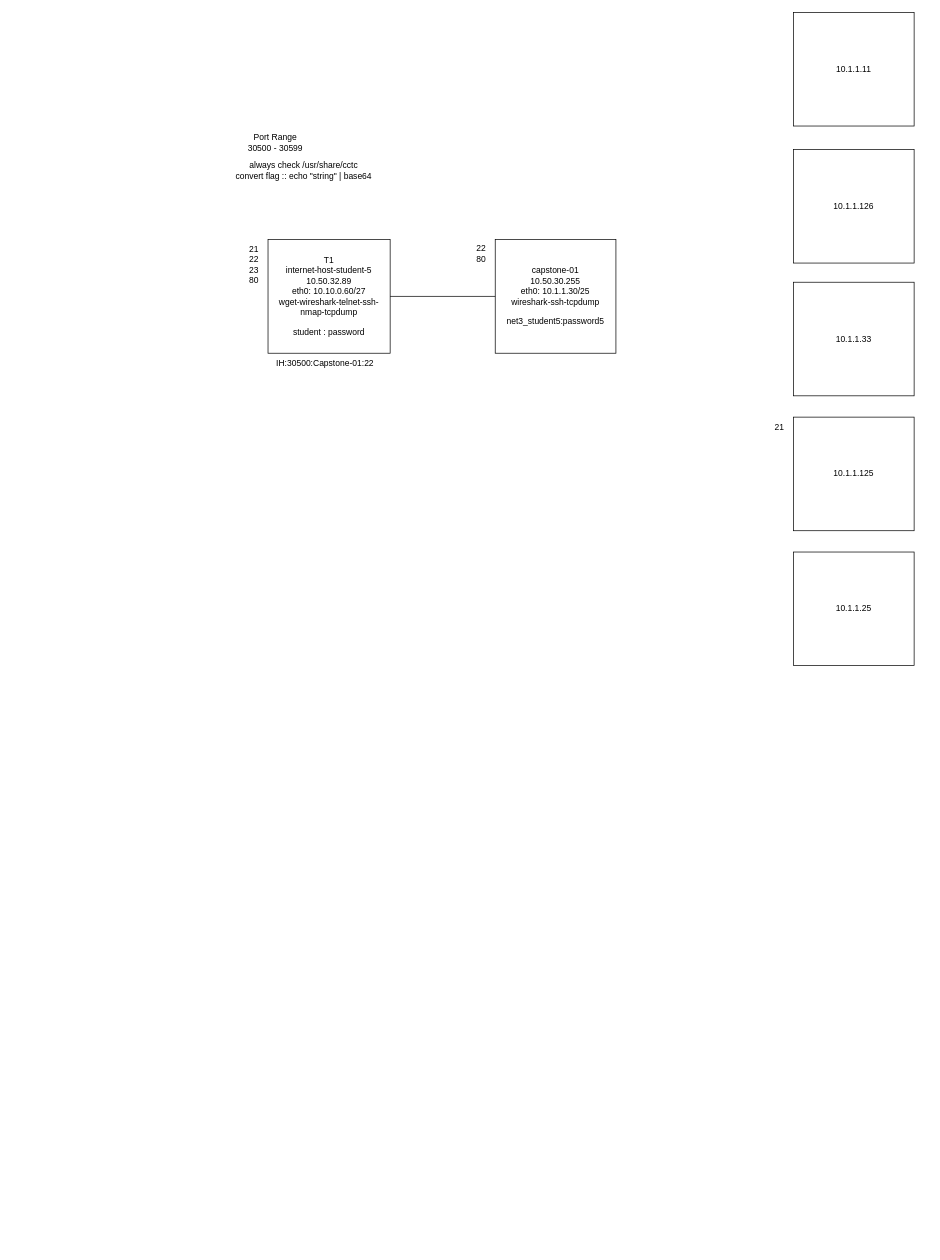
TheWaltuh/COSC-Notes keeps this draw.io diagram as page "Page-5" (5 of 5) of Networking/Greenberg/Network Map.drawio. Above is the earlier version. Source tidied: cells renumbered, new cells numbered last; positions are measured from the earlier drawing's top-left corner, leaving out a move shared by most shapes. Both pictures are drawn from the tidied source at 71%, with x=0, y=0 at pixel (225, 12).
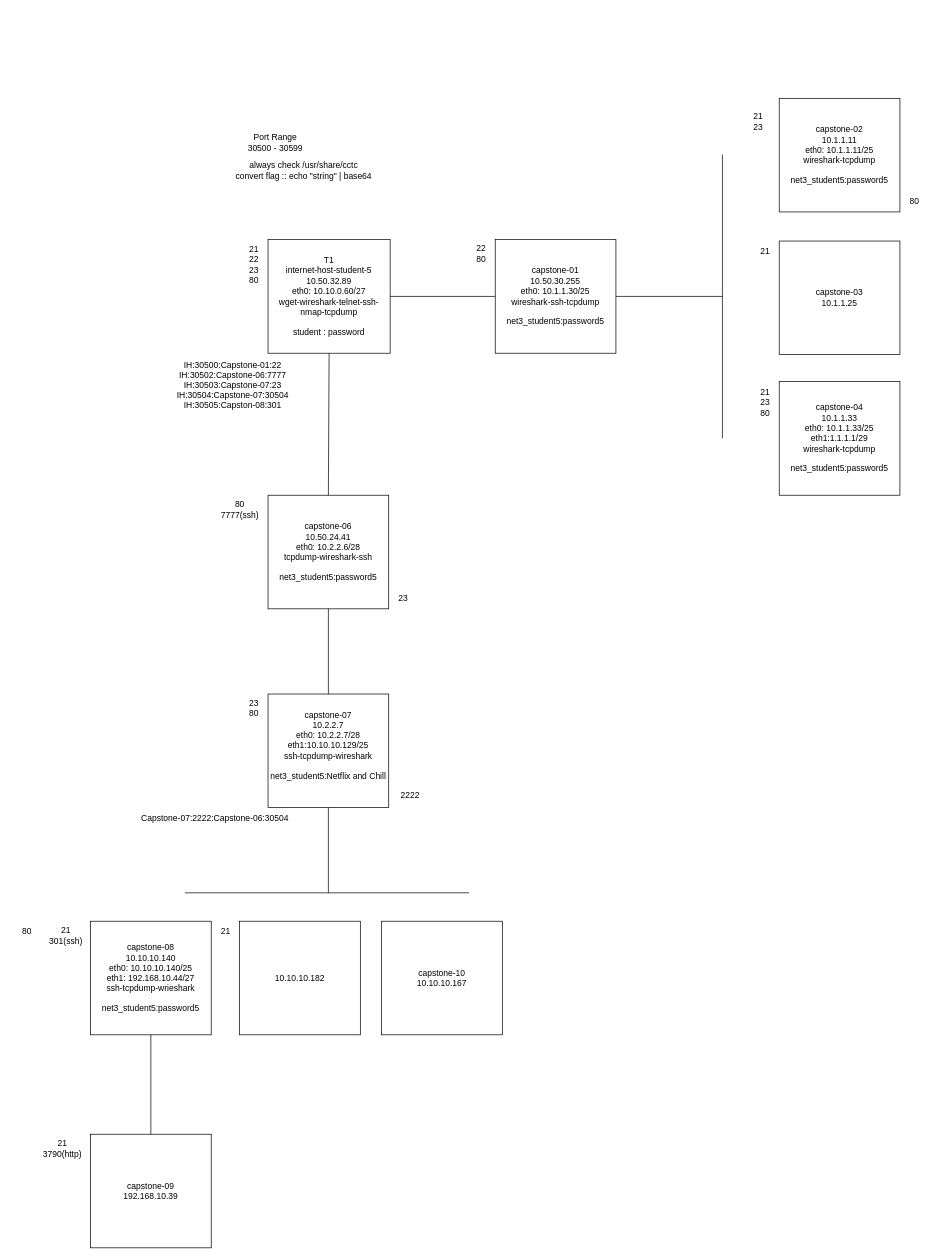
After the change.

The change refers to these unchanged cells:
```xml
<mxCell id="2" value="&lt;div&gt;capstone-01&lt;br&gt;&lt;/div&gt;&lt;div&gt;10.50.30.255&lt;/div&gt;&lt;div&gt;eth0: 10.1.1.30/25&lt;/div&gt;&lt;div&gt;wireshark-ssh-tcpdump&lt;br&gt;&lt;/div&gt;&lt;div&gt;&lt;br&gt;&lt;/div&gt;&lt;div&gt;net3_student5:password5&lt;br&gt;&lt;/div&gt;" style="whiteSpace=wrap;html=1;" parent="1" vertex="1">
  <mxGeometry x="380" y="320" width="170" height="160" as="geometry" />
</mxCell>
<mxCell id="5" value="&lt;div&gt;T1&lt;br&gt;&lt;/div&gt;&lt;div&gt;internet-host-student-5&lt;br&gt;&lt;/div&gt;&lt;div&gt;10.50.32.89&lt;/div&gt;&lt;div&gt;eth0: 10.10.0.60/27&lt;/div&gt;&lt;div&gt;wget-wireshark-telnet-ssh-nmap-tcpdump&lt;/div&gt;&lt;div&gt;&lt;br&gt;&lt;/div&gt;&lt;div&gt;student : password&lt;br&gt;&lt;/div&gt;" style="rounded=0;whiteSpace=wrap;html=1;" parent="1" vertex="1">
  <mxGeometry x="60" y="320" width="172" height="160" as="geometry" />
</mxCell>
```

The edit, as a diff of the source:
```diff
@@
-    <mxCell id="8" value="10.1.1.126" style="whiteSpace=wrap;html=1;" parent="1" vertex="1">
-      <mxGeometry x="800" y="193" width="170" height="160" as="geometry" />
-    </mxCell>
-    <mxCell id="9" value="10.1.1.33" style="whiteSpace=wrap;html=1;" parent="1" vertex="1">
-      <mxGeometry x="800" y="380" width="170" height="160" as="geometry" />
+    <mxCell id="9" value="&lt;div&gt;capstone-04&lt;br&gt;&lt;/div&gt;&lt;div&gt;10.1.1.33&lt;/div&gt;&lt;div&gt;eth0: 10.1.1.33/25&lt;/div&gt;&lt;div&gt;eth1:1.1.1.1/29&lt;/div&gt;&lt;div&gt;wireshark-tcpdump&lt;/div&gt;&lt;div&gt;&lt;br&gt;&lt;/div&gt;&lt;div&gt;net3_student5:password5&lt;br&gt;&lt;/div&gt;" style="whiteSpace=wrap;html=1;" parent="1" vertex="1">
+      <mxGeometry x="780" y="520" width="170" height="160" as="geometry" />
     </mxCell>
-    <mxCell id="10" value="10.1.1.125" style="whiteSpace=wrap;html=1;" parent="1" vertex="1">
-      <mxGeometry x="800" y="570" width="170" height="160" as="geometry" />
-    </mxCell>
-    <mxCell id="11" value="10.1.1.11" style="whiteSpace=wrap;html=1;" parent="1" vertex="1">
-      <mxGeometry x="800" width="170" height="160" as="geometry" />
+    <mxCell id="11" value="&lt;div&gt;capstone-02&lt;br&gt;&lt;/div&gt;&lt;div&gt;10.1.1.11&lt;/div&gt;&lt;div&gt;eth0: 10.1.1.11/25&lt;/div&gt;&lt;div&gt;wireshark-tcpdump&lt;/div&gt;&lt;div&gt;&lt;br&gt;&lt;/div&gt;&lt;div&gt;net3_student5:password5&lt;br&gt;&lt;/div&gt;" style="whiteSpace=wrap;html=1;" parent="1" vertex="1">
+      <mxGeometry x="780" y="121" width="170" height="160" as="geometry" />
     </mxCell>
-    <mxCell id="12" value="10.1.1.25" style="whiteSpace=wrap;html=1;" parent="1" vertex="1">
-      <mxGeometry x="800" y="760" width="170" height="160" as="geometry" />
+    <mxCell id="12" value="&lt;div&gt;capstone-03&lt;br&gt;&lt;/div&gt;&lt;div&gt;10.1.1.25&lt;/div&gt;" style="whiteSpace=wrap;html=1;" parent="1" vertex="1">
+      <mxGeometry x="780" y="322" width="170" height="160" as="geometry" />
     </mxCell>
@@
-    <mxCell id="14" value="IH:30500:Capstone-01:22" style="text;html=1;align=center;verticalAlign=middle;strokeColor=none;fillColor=none;" parent="1" vertex="1">
-      <mxGeometry x="60" y="480" width="160" height="30" as="geometry" />
+    <mxCell id="14" value="&lt;div&gt;IH:30500:Capstone-01:22&lt;/div&gt;&lt;div&gt;IH:30502:Capstone-06:7777&lt;/div&gt;&lt;div&gt;IH:30503:Capstone-07:23&lt;/div&gt;&lt;div&gt;IH:30504:Capstone-07:30504&lt;/div&gt;&lt;div&gt;IH:30505:Capston-08:301&lt;br&gt;&lt;/div&gt;" style="text;html=1;align=center;verticalAlign=middle;strokeColor=none;fillColor=none;" parent="1" vertex="1">
+      <mxGeometry x="-80" y="480" width="180" height="90" as="geometry" />
     </mxCell>
     <mxCell id="15" value="21" style="text;html=1;align=center;verticalAlign=middle;strokeColor=none;fillColor=none;" parent="1" vertex="1">
-      <mxGeometry x="760" y="570" width="40" height="30" as="geometry" />
+      <mxGeometry x="740" y="322" width="40" height="30" as="geometry" />
     </mxCell>
+    <mxCell id="16" value="&lt;div&gt;21&lt;/div&gt;&lt;div&gt;23&lt;br&gt;&lt;/div&gt;" style="text;html=1;align=center;verticalAlign=middle;strokeColor=none;fillColor=none;" parent="1" vertex="1">
+      <mxGeometry x="730" y="134" width="40" height="40" as="geometry" />
+    </mxCell>
+    <mxCell id="17" value="&lt;div&gt;21&lt;/div&gt;&lt;div&gt;23&lt;/div&gt;&lt;div&gt;80&lt;br&gt;&lt;/div&gt;" style="text;html=1;align=center;verticalAlign=middle;strokeColor=none;fillColor=none;" parent="1" vertex="1">
+      <mxGeometry x="740" y="520" width="40" height="60" as="geometry" />
+    </mxCell>
+    <mxCell id="18" style="endArrow=none;html=1;rounded=0;exitX=1;exitY=0.5;exitDx=0;exitDy=0;" parent="1" edge="1" source="2">
+      <mxGeometry relative="1" as="geometry">
+        <mxPoint x="700" y="400" as="targetPoint" />
+      </mxGeometry>
+    </mxCell>
+    <mxCell id="19" style="endArrow=none;html=1;rounded=0;" parent="1" edge="1">
+      <mxGeometry relative="1" as="geometry">
+        <mxPoint x="700" y="600" as="sourcePoint" />
+        <mxPoint x="700" y="200" as="targetPoint" />
+      </mxGeometry>
+    </mxCell>
+    <mxCell id="20" value="80" style="text;html=1;align=center;verticalAlign=middle;strokeColor=none;fillColor=none;" parent="1" vertex="1">
+      <mxGeometry x="950" y="251" width="40" height="30" as="geometry" />
+    </mxCell>
+    <mxCell id="21" value="&lt;div&gt;capstone-06&lt;br&gt;&lt;/div&gt;&lt;div&gt;10.50.24.41&lt;/div&gt;&lt;div&gt;eth0: 10.2.2.6/28&lt;/div&gt;&lt;div&gt;tcpdump-wireshark-ssh&lt;/div&gt;&lt;div&gt;&lt;br&gt;&lt;/div&gt;&lt;div&gt;net3_student5:password5&lt;br&gt;&lt;/div&gt;" style="whiteSpace=wrap;html=1;" parent="1" vertex="1">
+      <mxGeometry x="60" y="680" width="170" height="160" as="geometry" />
+    </mxCell>
+    <mxCell id="22" style="endArrow=none;html=1;rounded=0;entryX=0.5;entryY=1;entryDx=0;entryDy=0;exitX=0.5;exitY=0;exitDx=0;exitDy=0;" parent="1" edge="1" source="21" target="5">
+      <mxGeometry relative="1" as="geometry" />
+    </mxCell>
+    <mxCell id="23" value="&lt;div&gt;80&lt;/div&gt;&lt;div&gt;7777(ssh)&lt;br&gt;&lt;/div&gt;" style="text;html=1;align=center;verticalAlign=middle;strokeColor=none;fillColor=none;" parent="1" vertex="1">
+      <mxGeometry x="-20" y="680" width="80" height="40" as="geometry" />
+    </mxCell>
+    <mxCell id="24" value="23" style="text;html=1;align=center;verticalAlign=middle;strokeColor=none;fillColor=none;" parent="1" vertex="1">
+      <mxGeometry x="230" y="810" width="40" height="30" as="geometry" />
+    </mxCell>
+    <mxCell id="25" value="&lt;div&gt;capstone-07&lt;br&gt;&lt;/div&gt;&lt;div&gt;10.2.2.7&lt;/div&gt;&lt;div&gt;eth0: 10.2.2.7/28&lt;/div&gt;&lt;div&gt;eth1:10.10.10.129/25&lt;/div&gt;&lt;div&gt;ssh-tcpdump-wireshark&lt;/div&gt;&lt;div&gt;&lt;br&gt;&lt;/div&gt;&lt;div&gt;net3_student5:Netflix and Chill&lt;br&gt;&lt;/div&gt;&lt;div&gt;&lt;br&gt;&lt;/div&gt;" style="whiteSpace=wrap;html=1;" parent="1" vertex="1">
+      <mxGeometry x="60" y="960" width="170" height="160" as="geometry" />
+    </mxCell>
+    <mxCell id="26" value="&lt;div&gt;23&lt;/div&gt;&lt;div&gt;80&lt;br&gt;&lt;/div&gt;" style="text;html=1;align=center;verticalAlign=middle;strokeColor=none;fillColor=none;" parent="1" vertex="1">
+      <mxGeometry x="20" y="960" width="40" height="40" as="geometry" />
+    </mxCell>
+    <mxCell id="27" style="endArrow=none;html=1;rounded=0;entryX=0.5;entryY=1;entryDx=0;entryDy=0;exitX=0.5;exitY=0;exitDx=0;exitDy=0;" parent="1" edge="1" source="25" target="21">
+      <mxGeometry relative="1" as="geometry" />
+    </mxCell>
+    <mxCell id="28" value="2222" style="text;html=1;align=center;verticalAlign=middle;strokeColor=none;fillColor=none;" parent="1" vertex="1">
+      <mxGeometry x="235" y="1088" width="50" height="30" as="geometry" />
+    </mxCell>
+    <mxCell id="29" value="10.10.10.182" style="whiteSpace=wrap;html=1;" parent="1" vertex="1">
+      <mxGeometry x="20" y="1280" width="170" height="160" as="geometry" />
+    </mxCell>
+    <mxCell id="30" value="&lt;div&gt;capstone-08&lt;br&gt;&lt;/div&gt;&lt;div&gt;10.10.10.140&lt;/div&gt;&lt;div&gt;eth0: 10.10.10.140/25&lt;/div&gt;&lt;div&gt;eth1: 192.168.10.44/27&lt;/div&gt;&lt;div&gt;ssh-tcpdump-wrieshark&lt;/div&gt;&lt;div&gt;&lt;br&gt;&lt;/div&gt;&lt;div&gt;net3_student5:password5&lt;br&gt;&lt;/div&gt;" style="whiteSpace=wrap;html=1;" parent="1" vertex="1">
+      <mxGeometry x="-190" y="1280" width="170" height="160" as="geometry" />
+    </mxCell>
+    <mxCell id="31" value="Capstone-07:2222:Capstone-06:30504" style="text;html=1;align=center;verticalAlign=middle;strokeColor=none;fillColor=none;" parent="1" vertex="1">
+      <mxGeometry x="-130" y="1120" width="230" height="30" as="geometry" />
+    </mxCell>
+    <mxCell id="32" style="endArrow=none;html=1;rounded=0;entryX=0.5;entryY=1;entryDx=0;entryDy=0;" parent="1" edge="1" target="25">
+      <mxGeometry relative="1" as="geometry">
+        <mxPoint x="145" y="1240" as="sourcePoint" />
+      </mxGeometry>
+    </mxCell>
+    <mxCell id="33" style="endArrow=none;html=1;rounded=0;" parent="1" edge="1">
+      <mxGeometry relative="1" as="geometry">
+        <mxPoint x="-57" y="1240" as="sourcePoint" />
+        <mxPoint x="343" y="1240" as="targetPoint" />
+      </mxGeometry>
+    </mxCell>
+    <mxCell id="34" value="&lt;div&gt;21&lt;/div&gt;&lt;div&gt;301(ssh)&lt;br&gt;&lt;/div&gt;" style="text;html=1;align=center;verticalAlign=middle;strokeColor=none;fillColor=none;" parent="1" vertex="1">
+      <mxGeometry x="-260" y="1280" width="70" height="40" as="geometry" />
+    </mxCell>
+    <mxCell id="35" value="21" style="text;html=1;align=center;verticalAlign=middle;strokeColor=none;fillColor=none;" parent="1" vertex="1">
+      <mxGeometry x="-20" y="1280" width="40" height="30" as="geometry" />
+    </mxCell>
+    <mxCell id="36" value="&lt;div&gt;capstone-09&lt;br&gt;&lt;/div&gt;&lt;div&gt;192.168.10.39&lt;/div&gt;" style="whiteSpace=wrap;html=1;" parent="1" vertex="1">
+      <mxGeometry x="-190" y="1580" width="170" height="160" as="geometry" />
+    </mxCell>
+    <mxCell id="37" style="endArrow=none;html=1;rounded=0;entryX=0.5;entryY=1;entryDx=0;entryDy=0;exitX=0.5;exitY=0;exitDx=0;exitDy=0;" parent="1" edge="1" source="36" target="30">
+      <mxGeometry relative="1" as="geometry" />
+    </mxCell>
+    <mxCell id="38" value="&lt;div&gt;21&lt;/div&gt;&lt;div&gt;3790(http)&lt;br&gt;&lt;/div&gt;" style="text;html=1;align=center;verticalAlign=middle;strokeColor=none;fillColor=none;" parent="1" vertex="1">
+      <mxGeometry x="-270" y="1580" width="80" height="40" as="geometry" />
+    </mxCell>
+    <mxCell id="39" value="&lt;div&gt;capstone-10&lt;br&gt;&lt;/div&gt;&lt;div&gt;10.10.10.167&lt;/div&gt;" style="whiteSpace=wrap;html=1;" parent="1" vertex="1">
+      <mxGeometry x="220" y="1280" width="170" height="160" as="geometry" />
+    </mxCell>
+    <mxCell id="40" value="80" style="text;html=1;align=center;verticalAlign=middle;strokeColor=none;fillColor=none;" parent="1" vertex="1">
+      <mxGeometry x="-300" y="1280" width="40" height="30" as="geometry" />
+    </mxCell>
```
